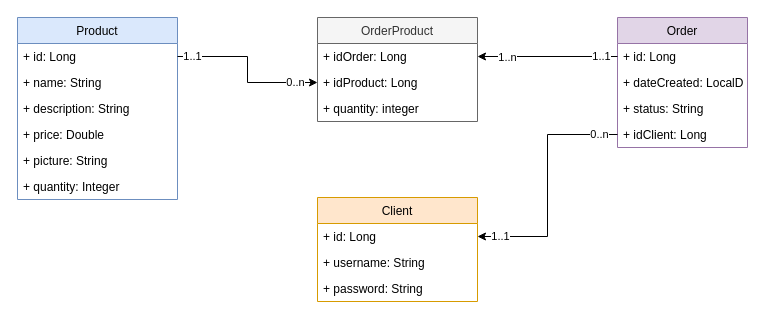
This is e-commerce/diagramme_classes.drawio from ToddEmonster/spring, a draw.io file, before an edit. Source tidied: cells renumbered, new cells numbered last; positions are measured from the earlier drawing's top-left corner, leaving out a move shared by most shapes. Both pictures are drawn from the tidied source at 100%, with x=0, y=0 at pixel (17, 17).
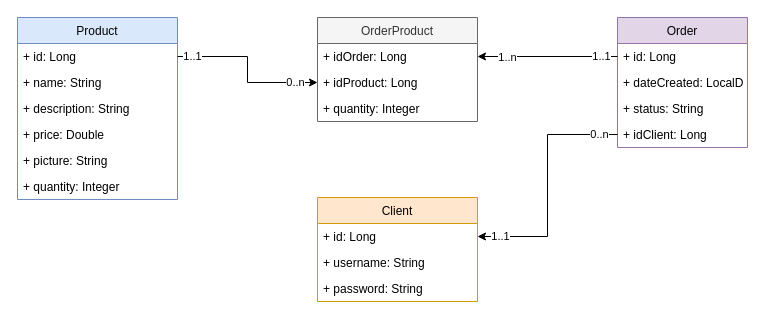
The same diagram, later.

Unchanged cells that the change refers to:
```xml
<mxCell id="14" value="OrderProduct" style="swimlane;fontStyle=0;horizontal=1;startSize=26;fillColor=#f5f5f5;strokeColor=#666666;fontColor=#333333;" parent="1" vertex="1">
  <mxGeometry x="300" width="160" height="104" as="geometry" />
</mxCell>
```

What changed in the source:
```diff
@@
-    <mxCell id="17" value="+ quantity: integer" style="text;strokeColor=none;fillColor=none;align=left;verticalAlign=top;spacingLeft=4;spacingRight=4;overflow=hidden;" parent="14" vertex="1">
+    <mxCell id="17" value="+ quantity: Integer" style="text;strokeColor=none;fillColor=none;align=left;verticalAlign=top;spacingLeft=4;spacingRight=4;overflow=hidden;" parent="14" vertex="1">
       <mxGeometry y="78" width="160" height="26" as="geometry" />
     </mxCell>
```
